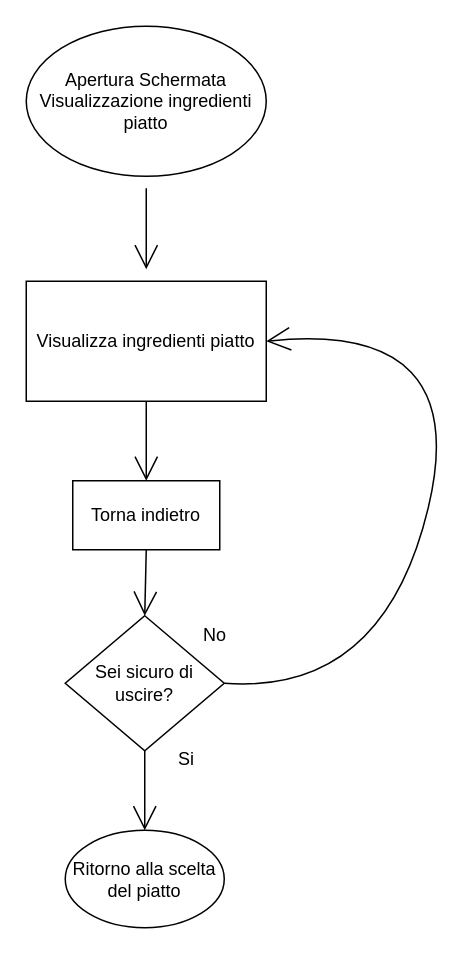
This is doc/Progetti Drawio/FlowchartVisualizzazioneIngredientiPiatto.drawio from zSavT/Healthy-Catering, a draw.io file, before an edit. Source tidied: cells renumbered, new cells numbered last; positions are measured from the earlier drawing's top-left corner, leaving out a move shared by most shapes. Both pictures are drawn from the tidied source at 150%, with x=0, y=0 at pixel (26, 26).
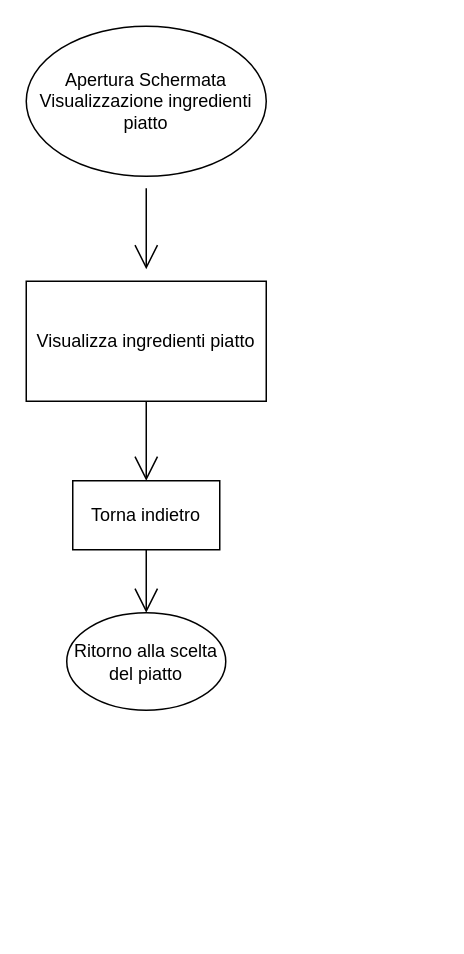
The same diagram, later.

Commit message (it also covers changes not shown here):
aggiornati flowchart

What changed in the source:
```diff
@@
 <mxGraphModel>
   <root>
     <mxCell id="0" />
     <mxCell id="1" parent="0" />
     <mxCell id="2" value="Visualizza ingredienti piatto" style="rounded=0;whiteSpace=wrap;html=1;hachureGap=4;" parent="1" vertex="1">
       <mxGeometry y="170" width="160" height="80" as="geometry" />
     </mxCell>
     <mxCell id="3" style="edgeStyle=none;curved=1;rounded=0;jettySize=auto;html=1;endArrow=open;startSize=14;endSize=14;sourcePerimeterSpacing=8;targetPerimeterSpacing=8;" parent="1" edge="1" source="4" target="2">
       <mxGeometry relative="1" as="geometry" />
     </mxCell>
     <mxCell id="4" value="Apertura Schermata Visualizzazione ingredienti piatto" style="ellipse;whiteSpace=wrap;html=1;hachureGap=4;" parent="1" vertex="1">
       <mxGeometry width="160" height="100" as="geometry" />
     </mxCell>
     <mxCell id="5" value="Torna indietro" style="rounded=0;whiteSpace=wrap;html=1;hachureGap=4;" parent="1" vertex="1">
       <mxGeometry x="31" y="303" width="98" height="46" as="geometry" />
     </mxCell>
     <mxCell id="6" style="edgeStyle=none;jettySize=auto;html=1;rounded=0;endArrow=open;startSize=14;endSize=14;sourcePerimeterSpacing=8;targetPerimeterSpacing=8;curved=1;exitX=0.5;exitY=1;exitDx=0;exitDy=0;entryX=0.5;entryY=0;entryDx=0;entryDy=0;" parent="1" edge="1" source="2" target="5">
       <mxGeometry relative="1" as="geometry" />
     </mxCell>
-    <mxCell id="7" value="Sei sicuro di uscire?" style="rhombus;whiteSpace=wrap;html=1;hachureGap=4;" parent="1" vertex="1">
-      <mxGeometry x="26" y="393" width="106" height="90" as="geometry" />
-    </mxCell>
-    <mxCell id="8" style="edgeStyle=none;jettySize=auto;html=1;rounded=0;endArrow=open;startSize=14;endSize=14;sourcePerimeterSpacing=8;targetPerimeterSpacing=8;curved=1;exitX=0.5;exitY=1;exitDx=0;exitDy=0;entryX=0.5;entryY=0;entryDx=0;entryDy=0;" parent="1" edge="1" source="5" target="7">
+    <mxCell id="8" style="edgeStyle=none;jettySize=auto;html=1;rounded=0;endArrow=open;startSize=14;endSize=14;sourcePerimeterSpacing=8;targetPerimeterSpacing=8;curved=1;exitX=0.5;exitY=1;exitDx=0;exitDy=0;entryX=0.5;entryY=0;entryDx=0;entryDy=0;" parent="1" edge="1" source="5" target="10">
       <mxGeometry relative="1" as="geometry" />
     </mxCell>
-    <mxCell id="9" value="No" style="text;strokeColor=none;fillColor=none;html=1;align=center;verticalAlign=middle;whiteSpace=wrap;rounded=0;hachureGap=4;" parent="1" vertex="1">
-      <mxGeometry x="96" y="391" width="60" height="30" as="geometry" />
-    </mxCell>
     <mxCell id="10" value="Ritorno alla scelta del piatto" style="ellipse;whiteSpace=wrap;html=1;hachureGap=4;" parent="1" vertex="1">
-      <mxGeometry x="26" y="536" width="106" height="65" as="geometry" />
+      <mxGeometry x="27" y="391" width="106" height="65" as="geometry" />
     </mxCell>
-    <mxCell id="11" style="edgeStyle=none;jettySize=auto;html=1;rounded=0;endArrow=open;startSize=14;endSize=14;sourcePerimeterSpacing=8;targetPerimeterSpacing=8;curved=1;entryX=0.5;entryY=0;entryDx=0;entryDy=0;exitX=0.5;exitY=1;exitDx=0;exitDy=0;" parent="1" edge="1" source="7" target="10">
-      <mxGeometry relative="1" as="geometry" />
-    </mxCell>
-    <mxCell id="12" value="Si" style="text;strokeColor=none;fillColor=none;html=1;align=center;verticalAlign=middle;whiteSpace=wrap;rounded=0;hachureGap=4;" parent="1" vertex="1">
-      <mxGeometry x="77" y="474" width="60" height="30" as="geometry" />
-    </mxCell>
-    <mxCell id="13" style="edgeStyle=none;jettySize=auto;html=1;rounded=0;endArrow=open;startSize=14;endSize=14;sourcePerimeterSpacing=8;targetPerimeterSpacing=8;curved=1;exitX=1;exitY=0.5;exitDx=0;exitDy=0;entryX=1;entryY=0.5;entryDx=0;entryDy=0;" parent="1" edge="1" source="7" target="2">
-      <mxGeometry relative="1" as="geometry">
-        <Array as="points">
-          <mxPoint x="238" y="446" />
-          <mxPoint x="298" y="196" />
-        </Array>
-      </mxGeometry>
-    </mxCell>
   </root>
 </mxGraphModel>
```
